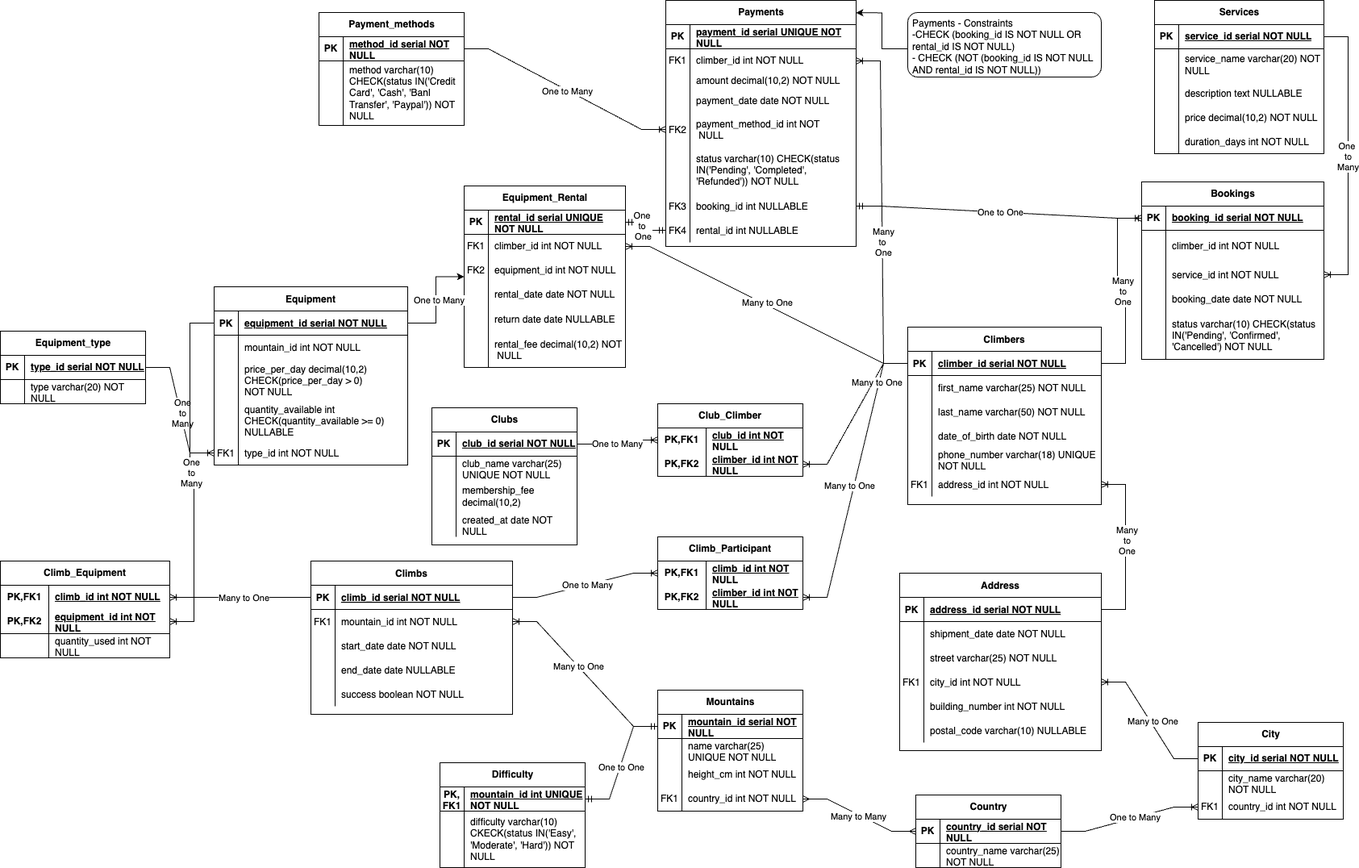
The draw.io diagram DB_Sona_Kalantaryan_HW_MountaineeringClub_diagram.png in skalantaryan/Sona_Kalantaryan_SP25, before a commit. Source tidied: cells renumbered, new cells last; positions are measured from the earlier drawing's top-left corner, leaving out a move shared by most shapes.
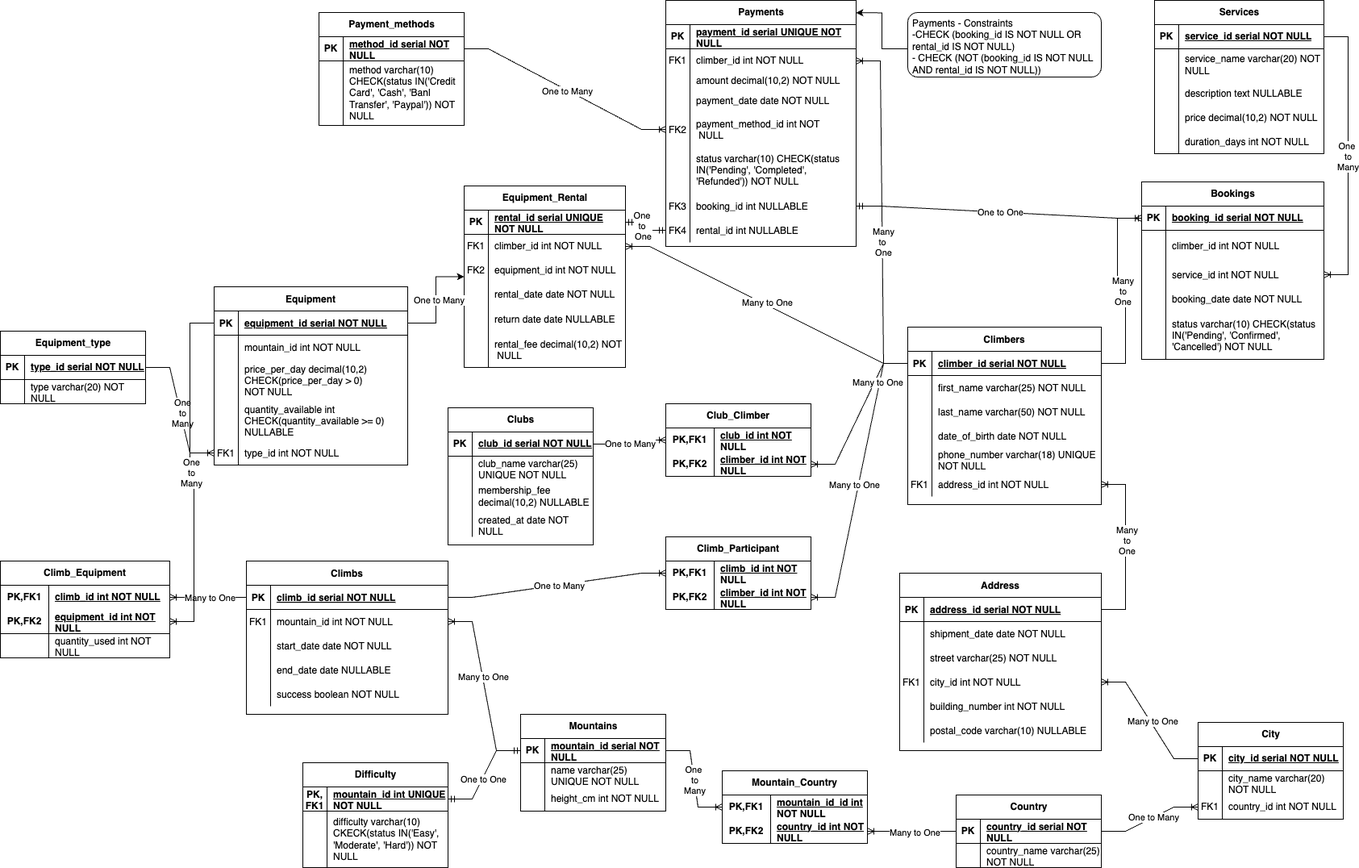
Above is the later version.

What changed in the source:
```diff
@@ -60,7 +60,7 @@
       <mxGeometry x="30" width="220" height="30" as="geometry" />
     </mxCell>
     <mxCell id="21" value="Climbs" style="shape=table;startSize=30;rowLines=0;fontStyle=1;align=center;" parent="1" vertex="1">
-      <mxGeometry x="385" y="695" width="250" height="190" as="geometry" />
+      <mxGeometry x="305" y="695" width="250" height="190" as="geometry" />
     </mxCell>
     <mxCell id="22" style="shape=partialRectangle;fillColor=none;points=[[0,0.5],[1,0.5]];portConstraint=eastwest;top=0;left=0;right=0;bottom=1;" parent="21" vertex="1">
       <mxGeometry y="30" width="250" height="30" as="geometry" />
@@ -195,7 +195,7 @@
       <mxGeometry x="30" width="150" height="30" as="geometry" />
     </mxCell>
     <mxCell id="66" value="Country" style="shape=table;startSize=30;rowLines=0;fontStyle=1;align=center;html=1;" parent="1" vertex="1">
-      <mxGeometry x="1135" y="985" width="180" height="90" as="geometry" />
+      <mxGeometry x="1185" y="985" width="180" height="90" as="geometry" />
     </mxCell>
     <mxCell id="67" style="shape=tableRow;horizontal=0;startSize=0;swimlaneHead=0;swimlaneBody=0;fillColor=none;points=[[0,0.5],[1,0.5]];portConstraint=eastwest;top=0;left=0;right=0;bottom=1;" parent="66" vertex="1">
       <mxGeometry y="30" width="180" height="30" as="geometry" />
@@ -216,7 +216,7 @@
       <mxGeometry x="30" width="150" height="30" as="geometry" />
     </mxCell>
     <mxCell id="73" value="Clubs" style="shape=table;startSize=30;rowLines=0;fontStyle=1;align=center;html=1;" parent="1" vertex="1">
-      <mxGeometry x="535" y="505" width="180" height="170" as="geometry" />
+      <mxGeometry x="555" y="505" width="180" height="170" as="geometry" />
     </mxCell>
     <mxCell id="74" style="shape=tableRow;horizontal=0;startSize=0;swimlaneHead=0;swimlaneBody=0;fillColor=none;points=[[0,0.5],[1,0.5]];portConstraint=eastwest;top=0;left=0;right=0;bottom=1;" parent="73" vertex="1">
       <mxGeometry y="30" width="180" height="30" as="geometry" />
@@ -242,7 +242,7 @@
     <mxCell id="81" style="shape=partialRectangle;fillColor=none;top=0;left=0;bottom=0;right=0;overflow=hidden;whiteSpace=wrap;html=1;" parent="80" vertex="1">
       <mxGeometry width="30" height="40" as="geometry" />
     </mxCell>
-    <mxCell id="82" value="membership_fee&amp;nbsp;&lt;div&gt;decimal(10,2)&amp;nbsp;&lt;/div&gt;" style="shape=partialRectangle;fillColor=none;top=0;left=0;bottom=0;right=0;align=left;spacingLeft=6;overflow=hidden;whiteSpace=wrap;html=1;" parent="80" vertex="1">
+    <mxCell id="82" value="membership_fee&amp;nbsp;&lt;div&gt;decimal(10,2) NULLABLE&amp;nbsp;&lt;/div&gt;" style="shape=partialRectangle;fillColor=none;top=0;left=0;bottom=0;right=0;align=left;spacingLeft=6;overflow=hidden;whiteSpace=wrap;html=1;" parent="80" vertex="1">
       <mxGeometry x="30" width="150" height="40" as="geometry" />
     </mxCell>
     <mxCell id="83" style="shape=tableRow;horizontal=0;startSize=0;swimlaneHead=0;swimlaneBody=0;fillColor=none;top=0;left=0;right=0;bottom=0;" parent="73" vertex="1">
@@ -255,7 +255,7 @@
       <mxGeometry x="30" width="150" height="30" as="geometry" />
     </mxCell>
     <mxCell id="86" value="Club_Climber" style="shape=table;startSize=30;rowLines=0;fontStyle=1;align=center;html=1;whiteSpace=wrap;" parent="1" vertex="1">
-      <mxGeometry x="815" y="500" width="180" height="90" as="geometry" />
+      <mxGeometry x="825" y="500" width="180" height="90" as="geometry" />
     </mxCell>
     <mxCell id="87" style="shape=tableRow;horizontal=0;startSize=0;swimlaneHead=0;swimlaneBody=0;fillColor=none;points=[[0,0.5],[1,0.5]];portConstraint=eastwest;top=0;left=0;right=0;bottom=0;html=1;" parent="86" vertex="1">
       <mxGeometry y="30" width="180" height="30" as="geometry" />
@@ -298,7 +298,7 @@
       <mxGeometry x="0.08" y="1" relative="1" as="geometry" />
     </mxCell>
     <mxCell id="99" value="Climb_Participant" style="shape=table;startSize=30;rowLines=0;fontStyle=1;align=center;html=1;whiteSpace=wrap;" parent="1" vertex="1">
-      <mxGeometry x="815" y="665" width="180" height="90" as="geometry" />
+      <mxGeometry x="825" y="665" width="180" height="90" as="geometry" />
     </mxCell>
     <mxCell id="100" style="shape=tableRow;horizontal=0;startSize=0;swimlaneHead=0;swimlaneBody=0;fillColor=none;points=[[0,0.5],[1,0.5]];portConstraint=eastwest;top=0;left=0;right=0;bottom=0;html=1;" parent="99" vertex="1">
       <mxGeometry y="30" width="180" height="30" as="geometry" />
@@ -341,7 +341,7 @@
       </mxGeometry>
     </mxCell>
     <mxCell id="112" value="Mountains" style="shape=table;startSize=30;rowLines=0;fontStyle=1;align=center;html=1;" parent="1" vertex="1">
-      <mxGeometry x="815" y="855" width="180" height="150" as="geometry" />
+      <mxGeometry x="645" y="885" width="180" height="120" as="geometry" />
     </mxCell>
     <mxCell id="113" style="shape=tableRow;horizontal=0;startSize=0;swimlaneHead=0;swimlaneBody=0;fillColor=none;points=[[0,0.5],[1,0.5]];portConstraint=eastwest;top=0;left=0;right=0;bottom=1;" parent="112" vertex="1">
       <mxGeometry y="30" width="180" height="30" as="geometry" />
@@ -370,21 +370,6 @@
     <mxCell id="121" value="height_cm int NOT NULL" style="shape=partialRectangle;fillColor=none;top=0;left=0;bottom=0;right=0;align=left;spacingLeft=6;overflow=hidden;whiteSpace=wrap;html=1;" parent="119" vertex="1">
       <mxGeometry x="30" width="150" height="30" as="geometry" />
     </mxCell>
-    <mxCell id="122" style="shape=tableRow;horizontal=0;startSize=0;swimlaneHead=0;swimlaneBody=0;fillColor=none;points=[[0,0.5],[1,0.5]];portConstraint=eastwest;top=0;left=0;right=0;bottom=0;" parent="112" vertex="1">
-      <mxGeometry y="120" width="180" height="30" as="geometry" />
-    </mxCell>
-    <mxCell id="123" value="FK1" style="shape=partialRectangle;fillColor=none;top=0;left=0;bottom=0;right=0;overflow=hidden;whiteSpace=wrap;html=1;" parent="122" vertex="1">
-      <mxGeometry width="30" height="30" as="geometry" />
-    </mxCell>
-    <mxCell id="124" value="country_id int NOT NULL" style="shape=partialRectangle;fillColor=none;top=0;left=0;bottom=0;right=0;align=left;spacingLeft=6;overflow=hidden;whiteSpace=wrap;html=1;" parent="122" vertex="1">
-      <mxGeometry x="30" width="150" height="30" as="geometry" />
-    </mxCell>
-    <mxCell id="125" style="edgeStyle=entityRelationEdgeStyle;fontSize=12;html=1;endArrow=ERmany;startArrow=ERmany;rounded=0;exitX=1;exitY=0.5;exitDx=0;exitDy=0;entryX=0;entryY=0.5;entryDx=0;entryDy=0;" parent="1" edge="1" source="122" target="67">
-      <mxGeometry relative="1" as="geometry" />
-    </mxCell>
-    <mxCell id="126" value="Many to Many" style="edgeLabel;html=1;align=center;verticalAlign=middle;" parent="125" vertex="1">
-      <mxGeometry x="-0.01" y="-2" relative="1" as="geometry" />
-    </mxCell>
     <mxCell id="127" style="edgeStyle=entityRelationEdgeStyle;fontSize=12;html=1;endArrow=ERoneToMany;rounded=0;exitX=0;exitY=0.5;exitDx=0;exitDy=0;entryX=1;entryY=0.5;entryDx=0;entryDy=0;" parent="1" edge="1" source="113" target="25">
       <mxGeometry relative="1" as="geometry" />
     </mxCell>
@@ -392,7 +377,7 @@
       <mxGeometry x="0.12" relative="1" as="geometry" />
     </mxCell>
     <mxCell id="129" value="Difficulty" style="shape=table;startSize=30;rowLines=0;fontStyle=1;align=center;html=1;" parent="1" vertex="1">
-      <mxGeometry x="545" y="945" width="180" height="130" as="geometry" />
+      <mxGeometry x="375" y="945" width="180" height="130" as="geometry" />
     </mxCell>
     <mxCell id="130" style="shape=tableRow;horizontal=0;startSize=0;swimlaneHead=0;swimlaneBody=0;fillColor=none;points=[[0,0.5],[1,0.5]];portConstraint=eastwest;top=0;left=0;right=0;bottom=1;" parent="129" vertex="1">
       <mxGeometry y="30" width="180" height="30" as="geometry" />
@@ -852,5 +837,38 @@
     <mxCell id="281" style="edgeStyle=orthogonalEdgeStyle;rounded=0;jettySize=auto;html=1;entryX=1;entryY=0.05;entryDx=0;entryDy=0;entryPerimeter=0;" parent="1" edge="1" source="280" target="199">
       <mxGeometry relative="1" as="geometry" />
     </mxCell>
+    <mxCell id="282" value="Mountain_Country" style="shape=table;startSize=30;rowLines=0;fontStyle=1;align=center;html=1;whiteSpace=wrap;" parent="1" vertex="1">
+      <mxGeometry x="895" y="955" width="180" height="90" as="geometry" />
+    </mxCell>
+    <mxCell id="283" style="shape=tableRow;horizontal=0;startSize=0;swimlaneHead=0;swimlaneBody=0;fillColor=none;points=[[0,0.5],[1,0.5]];portConstraint=eastwest;top=0;left=0;right=0;bottom=0;html=1;" parent="282" vertex="1">
+      <mxGeometry y="30" width="180" height="30" as="geometry" />
+    </mxCell>
+    <mxCell id="284" value="PK,FK1" style="shape=partialRectangle;fillColor=none;top=0;left=0;bottom=0;right=0;fontStyle=1;overflow=hidden;html=1;whiteSpace=wrap;" parent="283" vertex="1">
+      <mxGeometry width="60" height="30" as="geometry" />
+    </mxCell>
+    <mxCell id="285" value="mountain_id_id int NOT NULL" style="shape=partialRectangle;fillColor=none;top=0;left=0;bottom=0;right=0;align=left;spacingLeft=6;fontStyle=5;overflow=hidden;html=1;whiteSpace=wrap;" parent="283" vertex="1">
+      <mxGeometry x="60" width="120" height="30" as="geometry" />
+    </mxCell>
+    <mxCell id="286" style="shape=tableRow;horizontal=0;startSize=0;swimlaneHead=0;swimlaneBody=0;fillColor=none;points=[[0,0.5],[1,0.5]];portConstraint=eastwest;top=0;left=0;right=0;bottom=1;html=1;" parent="282" vertex="1">
+      <mxGeometry y="60" width="180" height="30" as="geometry" />
+    </mxCell>
+    <mxCell id="287" value="PK,FK2" style="shape=partialRectangle;fillColor=none;top=0;left=0;bottom=0;right=0;fontStyle=1;overflow=hidden;html=1;whiteSpace=wrap;" parent="286" vertex="1">
+      <mxGeometry width="60" height="30" as="geometry" />
+    </mxCell>
+    <mxCell id="124" value="country_id int NOT NULL" style="shape=partialRectangle;fillColor=none;top=0;left=0;bottom=0;right=0;align=left;spacingLeft=6;fontStyle=5;overflow=hidden;html=1;whiteSpace=wrap;" parent="286" vertex="1">
+      <mxGeometry x="60" width="120" height="30" as="geometry" />
+    </mxCell>
+    <mxCell id="288" style="edgeStyle=entityRelationEdgeStyle;fontSize=12;html=1;endArrow=ERoneToMany;rounded=0;exitX=1;exitY=0.5;exitDx=0;exitDy=0;entryX=0;entryY=0.5;entryDx=0;entryDy=0;" parent="1" edge="1" source="113" target="283">
+      <mxGeometry relative="1" as="geometry" />
+    </mxCell>
+    <mxCell id="289" value="One&amp;nbsp;&lt;div&gt;to&lt;/div&gt;&lt;div&gt;Many&lt;/div&gt;" style="edgeLabel;html=1;align=center;verticalAlign=middle;" parent="288" vertex="1">
+      <mxGeometry x="0.02" relative="1" as="geometry" />
+    </mxCell>
+    <mxCell id="290" style="edgeStyle=entityRelationEdgeStyle;fontSize=12;html=1;endArrow=ERoneToMany;rounded=0;exitX=0;exitY=0.5;exitDx=0;exitDy=0;entryX=1;entryY=0.5;entryDx=0;entryDy=0;" parent="1" edge="1" source="67" target="286">
+      <mxGeometry relative="1" as="geometry" />
+    </mxCell>
+    <mxCell id="291" value="Many to One" style="edgeLabel;html=1;align=center;verticalAlign=middle;" parent="290" vertex="1">
+      <mxGeometry x="-0.05" y="1" relative="1" as="geometry" />
+    </mxCell>
   </root>
 </mxGraphModel>
```
